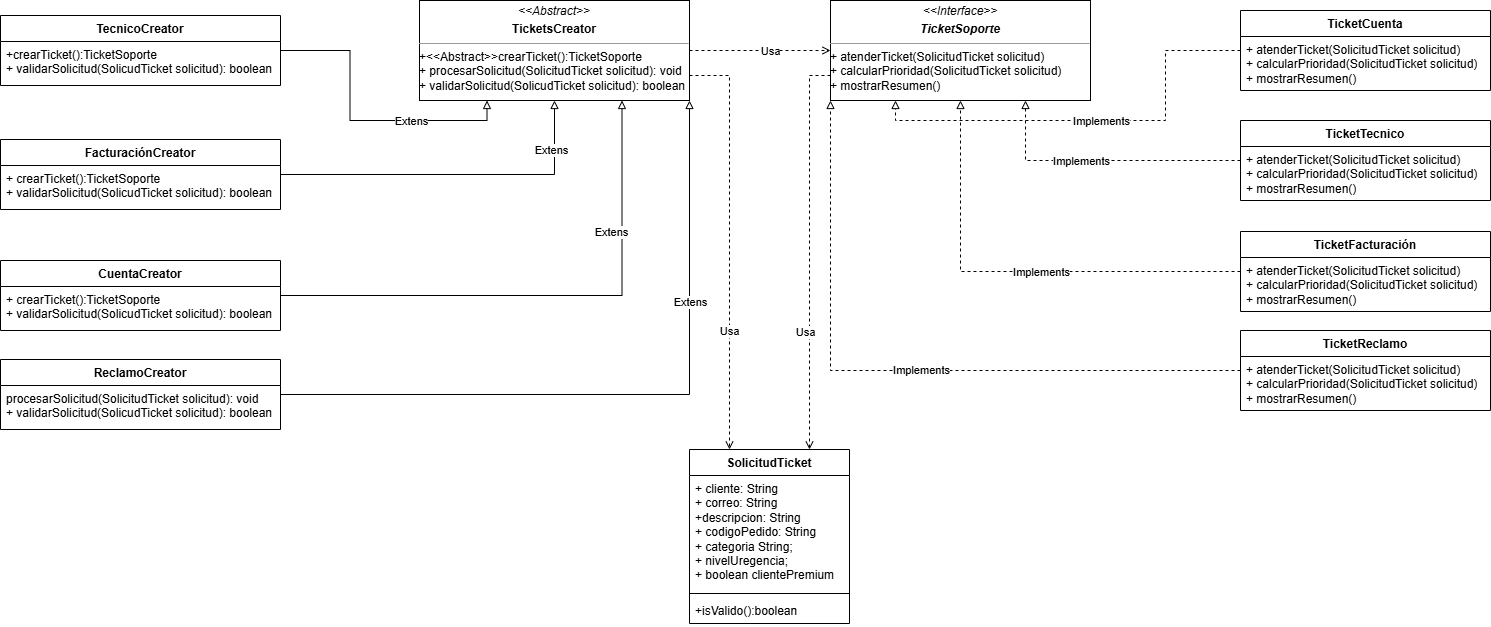
Above: 01-Creacionales/Factory/Ejercicio06-SistemaTicketsSoporte/Diagramas/DiagramaClases.png in RaulFBS/Patrones-de-Diseno-Java (draw.io), before the change. Source tidied: cells renumbered, new cells last; positions are measured from the earlier drawing's top-left corner, leaving out a move shared by most shapes.
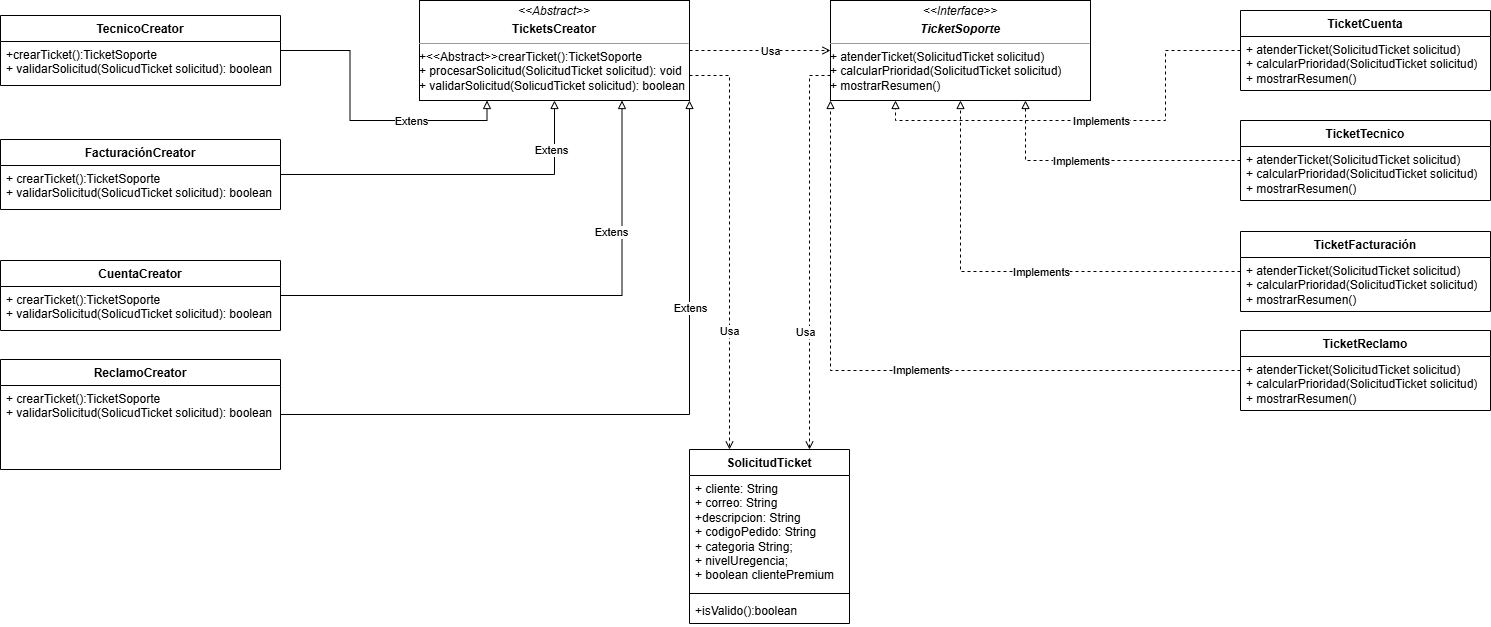
The same file after the commit.

Commit message:
Ejercicio06 Factory: Clases creadoras en proceso Diagrama completado

Change to the diagram source:
```diff
@@ -24,10 +24,10 @@
       <mxGeometry y="26" width="280" height="44" as="geometry" />
     </mxCell>
     <mxCell id="9" value="ReclamoCreator" style="swimlane;fontStyle=1;align=center;verticalAlign=top;horizontal=1;startSize=26;whiteSpace=wrap;html=1;" parent="2" vertex="1">
-      <mxGeometry y="359" width="280" height="70" as="geometry" />
+      <mxGeometry y="359" width="280" height="110" as="geometry" />
     </mxCell>
-    <mxCell id="10" value="procesarSolicitud(SolicitudTicket solicitud): void&lt;br style=&quot;border-color: rgb(218, 220, 224);&quot;&gt;+ validarSolicitud(SolicudTicket solicitud): boolean" style="text;strokeColor=none;fillColor=none;align=left;verticalAlign=top;spacingLeft=4;spacingRight=4;overflow=hidden;whiteSpace=wrap;html=1;" parent="9" vertex="1">
-      <mxGeometry y="26" width="280" height="44" as="geometry" />
+    <mxCell id="10" value="+ crearTicket():TicketSoporte&lt;br&gt;+ validarSolicitud(SolicudTicket solicitud): boolean" style="text;strokeColor=none;fillColor=none;align=left;verticalAlign=top;spacingLeft=4;spacingRight=4;overflow=hidden;whiteSpace=wrap;html=1;" parent="9" vertex="1">
+      <mxGeometry y="26" width="280" height="84" as="geometry" />
     </mxCell>
     <mxCell id="11" value="TicketTecnico" style="swimlane;fontStyle=1;align=center;verticalAlign=top;horizontal=1;startSize=26;whiteSpace=wrap;html=1;" parent="2" vertex="1">
       <mxGeometry x="1240" y="120" width="250" height="80" as="geometry" />
```
